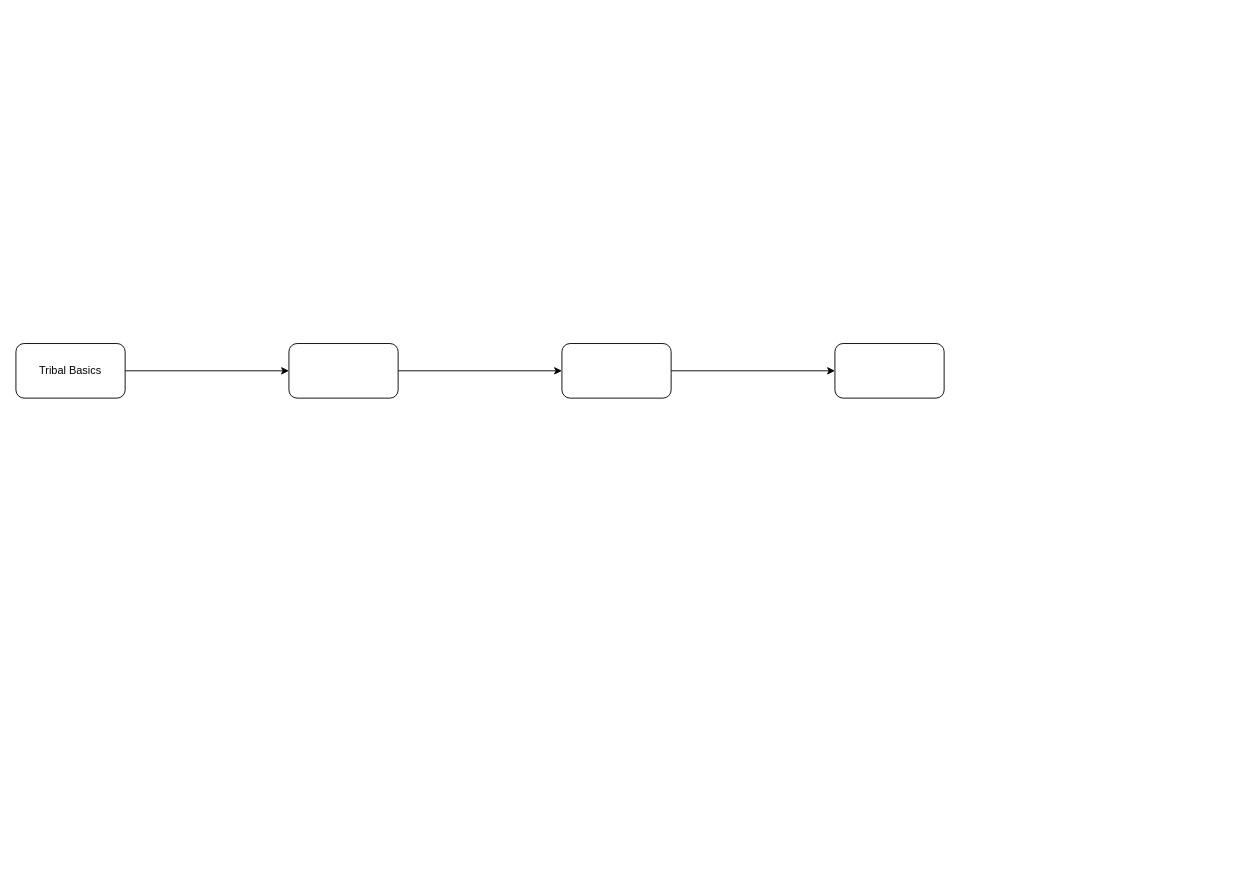
This is concept progression.drawio from tideShaper-industries/Draw-IO-Dump, a draw.io file, before an edit. Source tidied: cells renumbered, new cells numbered last; positions are measured from the earlier drawing's top-left corner, leaving out a move shared by most shapes. Both pictures are drawn from the tidied source at 91%, with x=0, y=0 at pixel (15, 343).
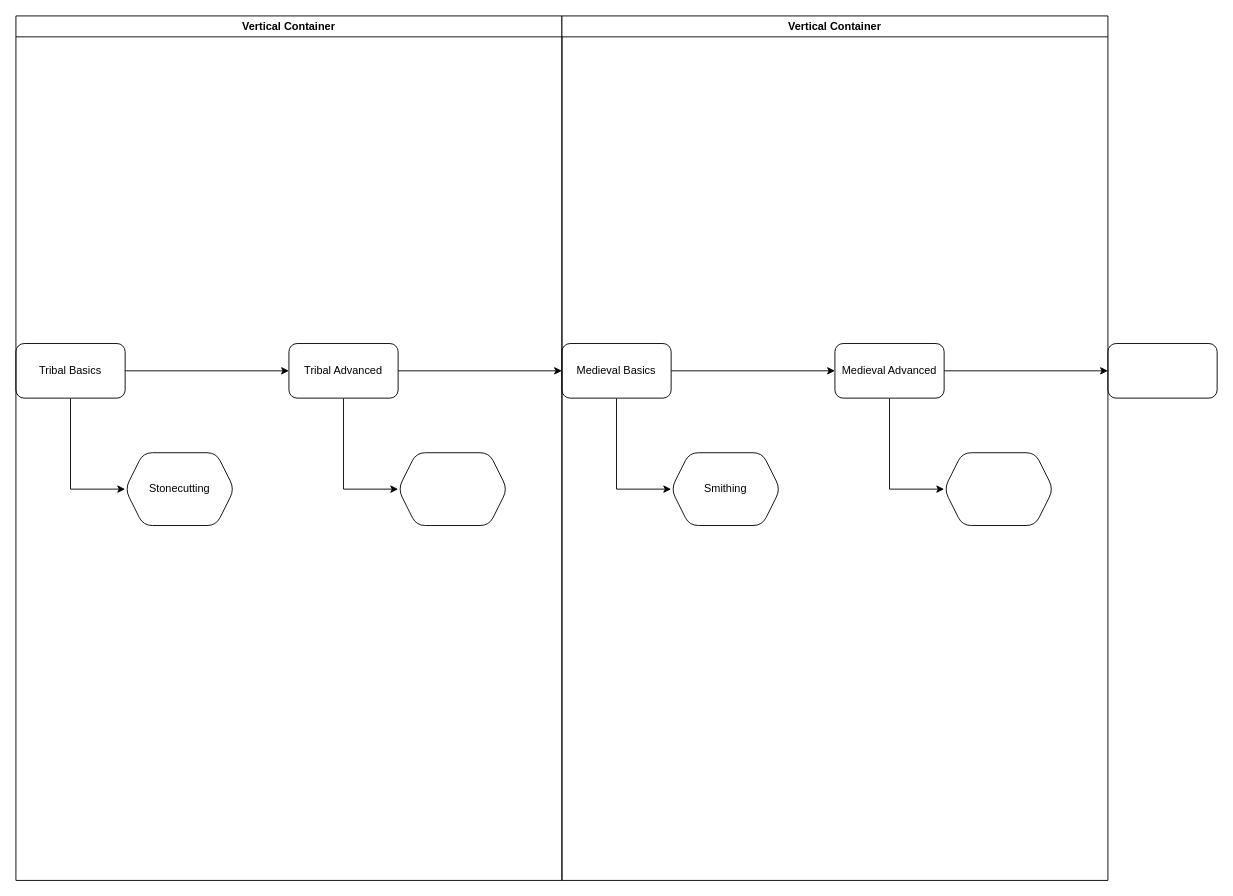
The same page after the edit.

The change refers to these unchanged cells:
```xml
<mxCell id="3" value="Tribal Basics" style="rounded=1;whiteSpace=wrap;html=1;" parent="1" vertex="1">
  <mxGeometry width="120" height="60" as="geometry" />
</mxCell>
```

What changed in the source:
```diff
@@
+    <mxCell id="4" style="edgeStyle=orthogonalEdgeStyle;rounded=0;jettySize=auto;html=1;" parent="1" edge="1" source="5" target="7">
+      <mxGeometry relative="1" as="geometry" />
+    </mxCell>
@@
+    <mxCell id="9" style="edgeStyle=orthogonalEdgeStyle;rounded=0;jettySize=auto;html=1;entryX=0;entryY=0.5;entryDx=0;entryDy=0;" parent="1" edge="1" source="3" target="11">
+      <mxGeometry relative="1" as="geometry" />
+    </mxCell>
@@
-    <mxCell id="4" style="edgeStyle=orthogonalEdgeStyle;rounded=0;jettySize=auto;html=1;" parent="1" edge="1" source="5" target="7">
-      <mxGeometry relative="1" as="geometry" />
-    </mxCell>
+    <mxCell id="10" style="edgeStyle=orthogonalEdgeStyle;rounded=0;jettySize=auto;html=1;entryX=0;entryY=0.5;entryDx=0;entryDy=0;" parent="1" edge="1" source="5" target="19">
+      <mxGeometry relative="1" as="geometry" />
+    </mxCell>
-    <mxCell id="5" style="whiteSpace=wrap;html=1;rounded=1;" parent="1" vertex="1">
+    <mxCell id="5" value="Tribal Advanced" style="whiteSpace=wrap;html=1;rounded=1;" parent="1" vertex="1">
       <mxGeometry x="300" width="120" height="60" as="geometry" />
     </mxCell>
+    <mxCell id="11" value="Stonecutting" style="shape=hexagon;perimeter=hexagonPerimeter2;whiteSpace=wrap;html=1;fixedSize=1;rounded=1;" parent="1" vertex="1">
+      <mxGeometry x="120" y="120" width="120" height="80" as="geometry" />
+    </mxCell>
@@
+    <mxCell id="12" style="edgeStyle=orthogonalEdgeStyle;rounded=0;jettySize=auto;html=1;entryX=0;entryY=0.5;entryDx=0;entryDy=0;" parent="1" edge="1" source="7" target="20">
+      <mxGeometry relative="1" as="geometry" />
+    </mxCell>
-    <mxCell id="7" style="whiteSpace=wrap;html=1;rounded=1;" parent="1" vertex="1">
+    <mxCell id="7" value="Medieval Basics" style="whiteSpace=wrap;html=1;rounded=1;" parent="1" vertex="1">
       <mxGeometry x="600" width="120" height="60" as="geometry" />
     </mxCell>
+    <mxCell id="13" style="edgeStyle=orthogonalEdgeStyle;rounded=0;jettySize=auto;html=1;" parent="1" edge="1" source="8" target="15">
+      <mxGeometry relative="1" as="geometry" />
+    </mxCell>
+    <mxCell id="14" style="edgeStyle=orthogonalEdgeStyle;rounded=0;jettySize=auto;html=1;entryX=0;entryY=0.5;entryDx=0;entryDy=0;" parent="1" edge="1" source="8" target="21">
+      <mxGeometry relative="1" as="geometry" />
+    </mxCell>
-    <mxCell id="8" style="whiteSpace=wrap;html=1;rounded=1;" parent="1" vertex="1">
+    <mxCell id="8" value="Medieval Advanced" style="whiteSpace=wrap;html=1;rounded=1;" parent="1" vertex="1">
       <mxGeometry x="900" width="120" height="60" as="geometry" />
     </mxCell>
+    <mxCell id="15" style="whiteSpace=wrap;html=1;rounded=1;" parent="1" vertex="1">
+      <mxGeometry x="1200" width="120" height="60" as="geometry" />
+    </mxCell>
+    <mxCell id="16" style="group;" parent="1" vertex="1">
+      <mxGeometry y="-360" width="1200" height="950" as="geometry" />
+    </mxCell>
+    <mxCell id="17" value="Vertical Container" style="swimlane;whiteSpace=wrap;html=1;" parent="16" vertex="1">
+      <mxGeometry width="600" height="950" as="geometry" />
+    </mxCell>
+    <mxCell id="18" value="Vertical Container" style="swimlane;whiteSpace=wrap;html=1;" parent="16" vertex="1">
+      <mxGeometry x="600" width="600" height="950" as="geometry" />
+    </mxCell>
+    <mxCell id="19" style="shape=hexagon;perimeter=hexagonPerimeter2;whiteSpace=wrap;html=1;fixedSize=1;rounded=1;" parent="1" vertex="1">
+      <mxGeometry x="420" y="120" width="120" height="80" as="geometry" />
+    </mxCell>
+    <mxCell id="20" value="Smithing" style="shape=hexagon;perimeter=hexagonPerimeter2;whiteSpace=wrap;html=1;fixedSize=1;rounded=1;" parent="1" vertex="1">
+      <mxGeometry x="720" y="120" width="120" height="80" as="geometry" />
+    </mxCell>
+    <mxCell id="21" style="shape=hexagon;perimeter=hexagonPerimeter2;whiteSpace=wrap;html=1;fixedSize=1;rounded=1;" parent="1" vertex="1">
+      <mxGeometry x="1020" y="120" width="120" height="80" as="geometry" />
+    </mxCell>
```
